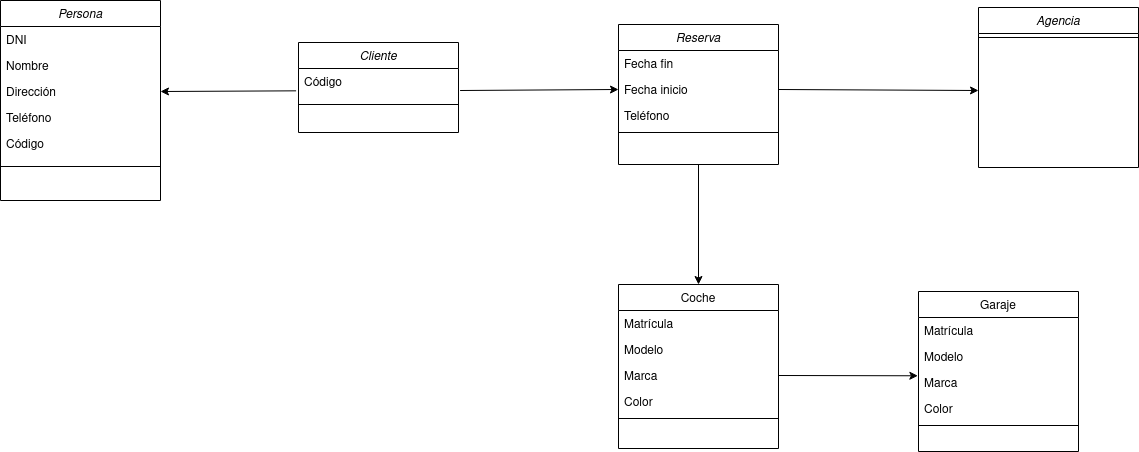
This is Tareas/AlquierCoches.drawio.png from colidom/ets, a draw.io export, as it was before one commit. Source tidied: cells renumbered, new cells last; positions are measured from the earlier drawing's top-left corner, leaving out a move shared by most shapes.
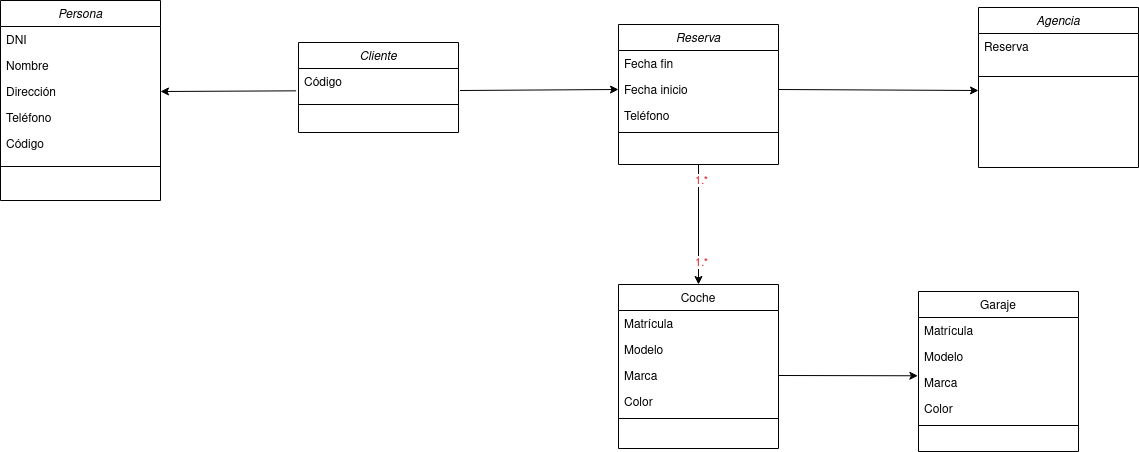
The same diagram one commit later.

Diff of the diagram source:
```diff
@@ -44,11 +44,20 @@
     <mxCell id="15" style="edgeStyle=orthogonalEdgeStyle;rounded=0;jettySize=auto;html=1;entryX=0.5;entryY=0;entryDx=0;entryDy=0;exitX=0.5;exitY=1;exitDx=0;exitDy=0;" parent="1" edge="1" source="24" target="9">
       <mxGeometry relative="1" as="geometry" />
     </mxCell>
+    <mxCell id="36" value="&lt;font color=&quot;#e01b24&quot;&gt;1.*&lt;/font&gt;" style="edgeLabel;html=1;align=center;verticalAlign=middle;" parent="15" vertex="1">
+      <mxGeometry x="-0.75" y="3" relative="1" as="geometry" />
+    </mxCell>
+    <mxCell id="37" value="&lt;font color=&quot;#e01b24&quot;&gt;1.*&lt;/font&gt;" style="edgeLabel;html=1;align=center;verticalAlign=middle;" parent="15" vertex="1">
+      <mxGeometry x="0.62" y="3" relative="1" as="geometry" />
+    </mxCell>
     <mxCell id="16" value="Agencia" style="swimlane;fontStyle=2;align=center;verticalAlign=top;horizontal=1;startSize=26;rounded=0;shadow=0;strokeWidth=1;" parent="1" vertex="1">
       <mxGeometry x="978" y="7" width="160" height="160" as="geometry" />
     </mxCell>
+    <mxCell id="38" value="Reserva" style="text;align=left;verticalAlign=top;spacingLeft=4;spacingRight=4;overflow=hidden;" parent="16" vertex="1">
+      <mxGeometry y="26" width="160" height="26" as="geometry" />
+    </mxCell>
     <mxCell id="17" style="line;html=1;strokeWidth=1;align=left;verticalAlign=middle;spacingTop=-1;spacingLeft=3;spacingRight=3;labelPosition=right;" parent="16" vertex="1">
-      <mxGeometry y="26" width="160" height="8" as="geometry" />
+      <mxGeometry y="52" width="160" height="34" as="geometry" />
     </mxCell>
     <mxCell id="18" value="Garaje" style="swimlane;fontStyle=0;align=center;verticalAlign=top;horizontal=1;startSize=26;rounded=0;shadow=0;strokeWidth=1;" parent="1" vertex="1">
       <mxGeometry x="918" y="291" width="160" height="160" as="geometry" />
```
